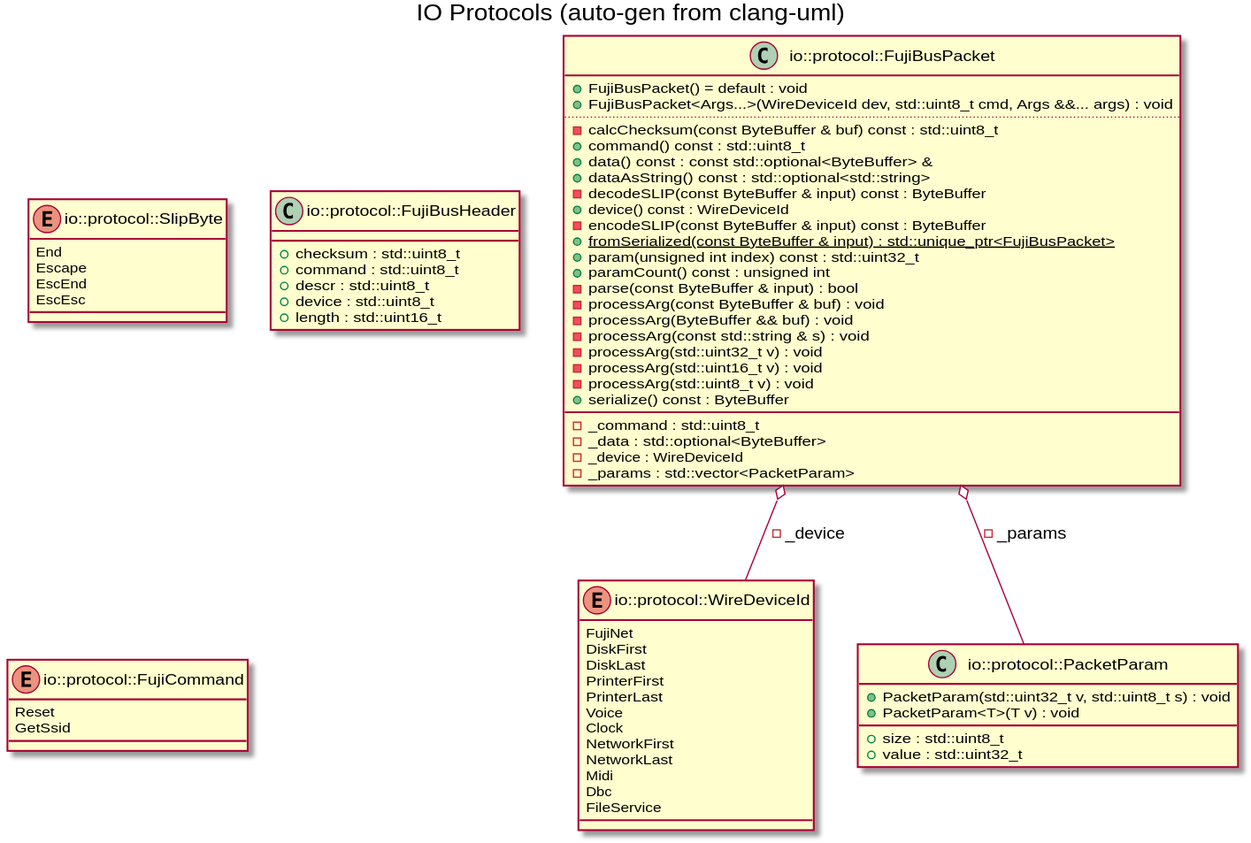
This is docs/images/gen_io_protocol.svg from markjfisher/fujinet-nio, a PlantUML export, as it was before one commit.
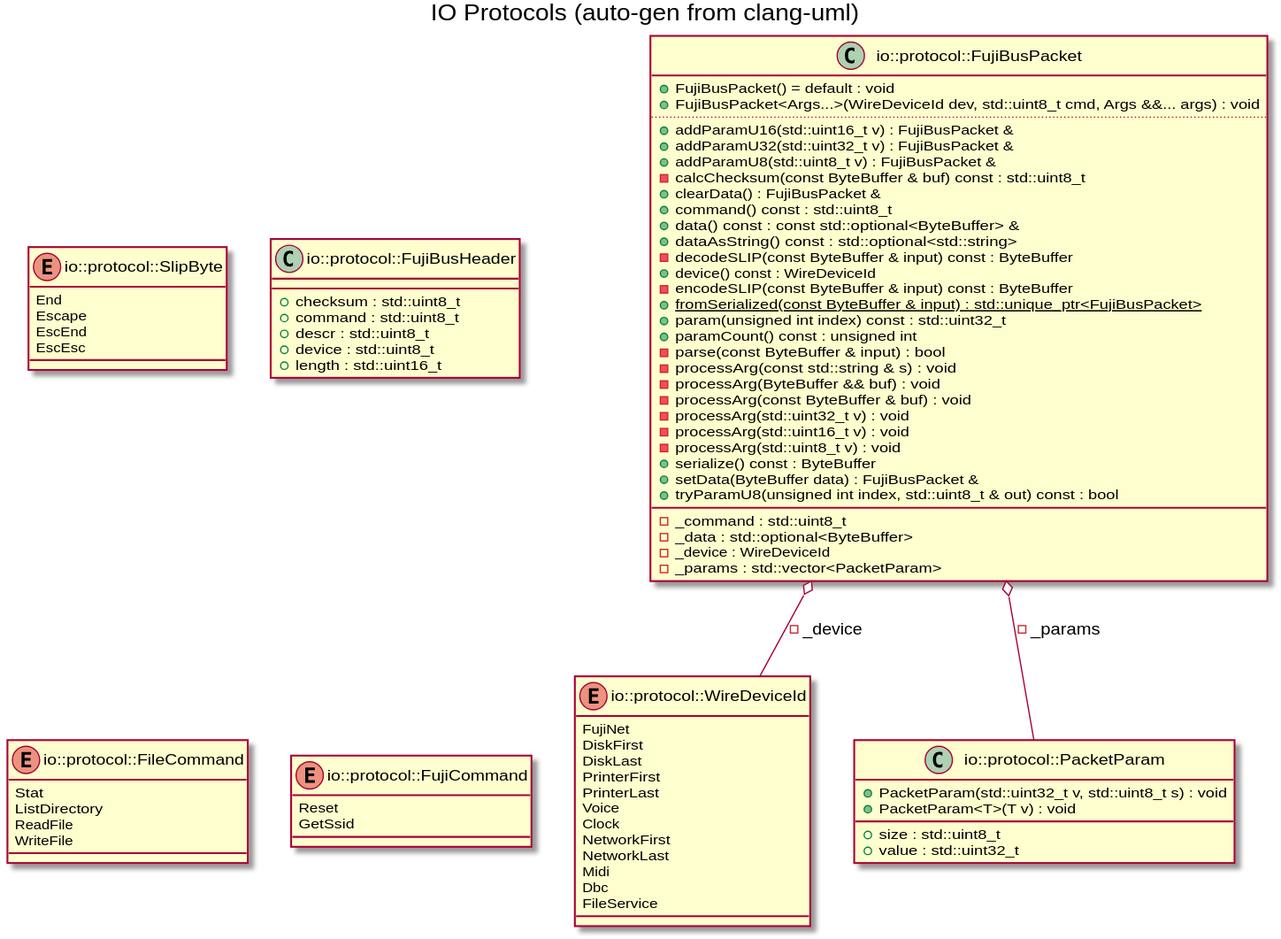
The same file after the commit.

What changed in the source:
```diff
@@ -35,7 +35,11 @@
 +FujiBusPacket() = default : void
 +FujiBusPacket<Args...>(WireDeviceId dev, std::uint8_t cmd, Args &&... args) : void
 ..
++addParamU16(std::uint16_t v) : FujiBusPacket &
++addParamU32(std::uint32_t v) : FujiBusPacket &
++addParamU8(std::uint8_t v) : FujiBusPacket &
 -calcChecksum(const ByteBuffer & buf) const : std::uint8_t
++clearData() : FujiBusPacket &
 +command() const : std::uint8_t
 +data() const : const std::optional<ByteBuffer> &
 +dataAsString() const : std::optional<std::string>
@@ -46,13 +50,15 @@
 +param(unsigned int index) const : std::uint32_t
 +paramCount() const : unsigned int
 -parse(const ByteBuffer & input) : bool
+-processArg(const std::string & s) : void
+-processArg(ByteBuffer && buf) : void
 -processArg(const ByteBuffer & buf) : void
--processArg(ByteBuffer && buf) : void
--processArg(const std::string & s) : void
 -processArg(std::uint32_t v) : void
 -processArg(std::uint16_t v) : void
 -processArg(std::uint8_t v) : void
 +serialize() const : ByteBuffer
++setData(ByteBuffer data) : FujiBusPacket &
++tryParamU8(unsigned int index, std::uint8_t & out) const : bool
 __
 -_command : std::uint8_t
 -_data : std::optional<ByteBuffer>
@@ -68,6 +74,13 @@
 +device : std::uint8_t
 +length : std::uint16_t
 }
+enum "io::protocol::FileCommand" as C_0003895064208135060769
+enum C_0003895064208135060769 {
+Stat
+ListDirectory
+ReadFile
+WriteFile
+}
 enum "io::protocol::FujiCommand" as C_0004628219160953719395
 enum C_0004628219160953719395 {
 Reset
```
